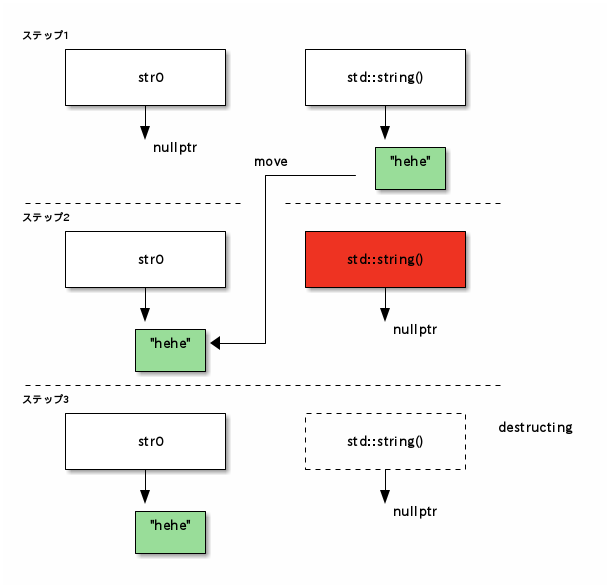
This is plant_uml/rvalue_from_rvalue.png from ichiroprogrammer/deep_cpp, a PlantUML export, as it was before one commit. Its source is kept beside it as plant_uml/rvalue_from_rvalue.pu.
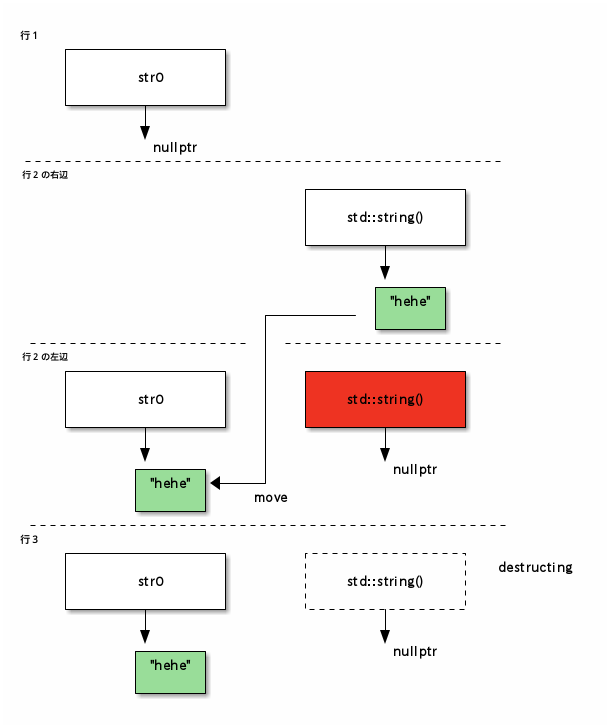
After the commit.

The edit, as a diff of the source:
```diff
@@ -1,18 +1,28 @@
 @startditaa
-ステップ1
-    +---------------+       +---------------+
-    |               |       |               |
-    |      str0     |       | std꞉꞉string() |
-    |               |       |               |
-    +-------+-------+       +-------+-------+
-            |                       |
-            V                       V
-            nullptr                +------+
-                       move        |"hehe"|
+行１
+    +---------------+
+    |               |
+    |      str0     |
+    |               |
+    +-------+-------+
+            |
+            V
+            nullptr
+-=-----------------------------------------------
+行２の右辺
+                            +---------------+
+                            |               |
+                            | std꞉꞉string() |
+                            |               |
+                            +-------+-------+
+                                    |
+                                    V
+                                   +------+
+                                   |"hehe"|
                         +--------- | cGRE |
                         |          +------+
 -=--------------------- | -=---------------------
-ステップ2                   |
+行２の左辺                   |
     +---------------+   |   +---------------+
     |               |   |   |               |
     |      str0     |   |   | std꞉꞉string() |
@@ -22,10 +32,10 @@
             V           |           V
            +------+     |           nullptr
            |"hehe"|<----+
-           | cGRE |
+           | cGRE |    move
            +------+
 -=-----------------------------------------------
-ステップ3
+行３
     +---------------+       +-=-------------+
     |               |       |               | destructing
     |      str0     |       | std꞉꞉string() |
```
